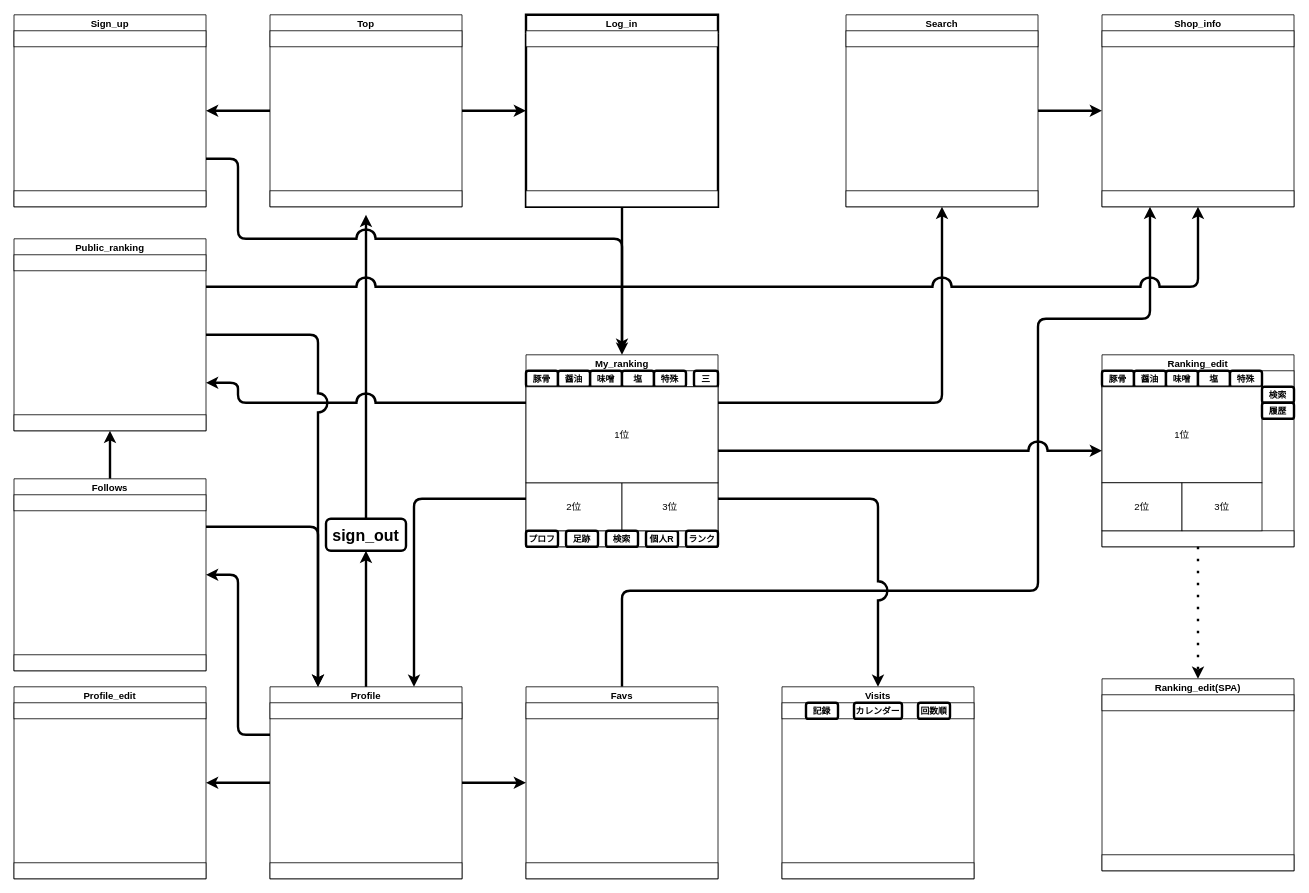
Earlier version of the draw.io diagram docs/画面遷移図.drawio (peco-tanaka/MyFavRamen). Source tidied: cells renumbered, new cells numbered last; positions are measured from the earlier drawing's top-left corner, leaving out a move shared by most shapes. Both pictures are drawn from the tidied source at 80%, with x=0, y=0 at pixel (14, 14).
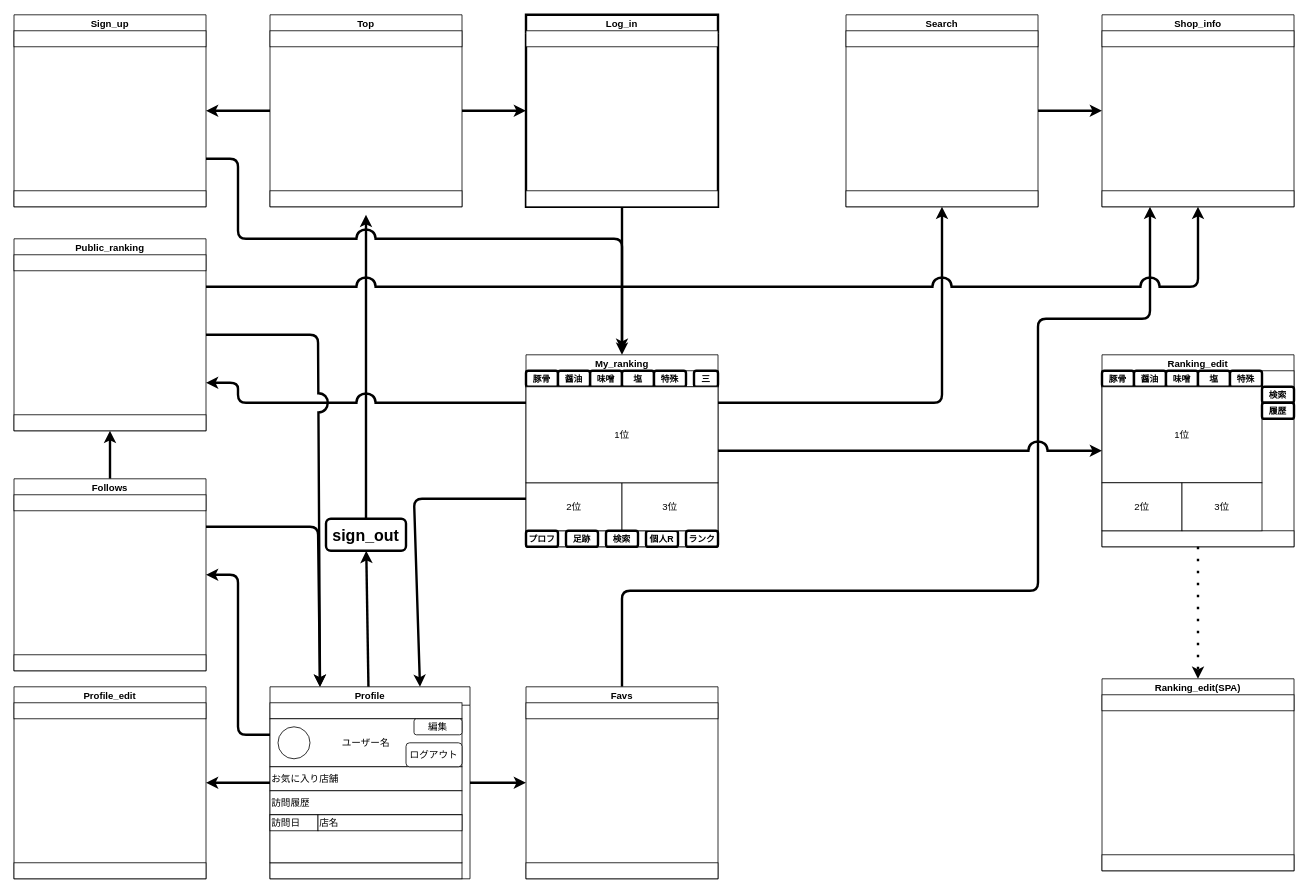
The same diagram, later.

Unchanged cells that the change refers to:
```xml
<mxCell id="27" value="My_ranking" style="swimlane;whiteSpace=wrap;html=1;" parent="1" vertex="1">
  <mxGeometry x="640" y="425" width="240" height="240" as="geometry" />
</mxCell>
```

Diff of the diagram source:
```diff
@@
     <mxCell id="6" value="Profile" style="swimlane;whiteSpace=wrap;html=1;startSize=23;" parent="1" vertex="1">
-      <mxGeometry x="320" y="840" width="240" height="240" as="geometry" />
+      <mxGeometry x="320" y="840" width="250" height="240" as="geometry" />
     </mxCell>
@@
+    <mxCell id="93" value="ユーザー名" style="rounded=0;whiteSpace=wrap;html=1;" parent="6" vertex="1">
+      <mxGeometry y="40" width="240" height="60" as="geometry" />
+    </mxCell>
+    <mxCell id="94" value="お気に入り店舗" style="rounded=0;whiteSpace=wrap;html=1;align=left;" parent="6" vertex="1">
+      <mxGeometry y="100" width="240" height="30" as="geometry" />
+    </mxCell>
+    <mxCell id="95" value="訪問履歴" style="rounded=0;whiteSpace=wrap;html=1;align=left;" parent="6" vertex="1">
+      <mxGeometry y="130" width="240" height="30" as="geometry" />
+    </mxCell>
+    <mxCell id="96" style="rounded=0;whiteSpace=wrap;html=1;" parent="6" vertex="1">
+      <mxGeometry y="160" width="240" height="60" as="geometry" />
+    </mxCell>
+    <mxCell id="97" value="訪問日" style="rounded=0;whiteSpace=wrap;html=1;align=left;" parent="6" vertex="1">
+      <mxGeometry y="160" width="60" height="20" as="geometry" />
+    </mxCell>
+    <mxCell id="98" value="店名" style="rounded=0;whiteSpace=wrap;html=1;align=left;" parent="6" vertex="1">
+      <mxGeometry x="60" y="160" width="180" height="20" as="geometry" />
+    </mxCell>
+    <mxCell id="99" style="ellipse;whiteSpace=wrap;html=1;" parent="6" vertex="1">
+      <mxGeometry x="10" y="50" width="40" height="40" as="geometry" />
+    </mxCell>
+    <mxCell id="100" value="編集" style="rounded=1;whiteSpace=wrap;html=1;" parent="6" vertex="1">
+      <mxGeometry x="180" y="40" width="60" height="20" as="geometry" />
+    </mxCell>
+    <mxCell id="101" value="ログアウト" style="rounded=1;whiteSpace=wrap;html=1;" parent="6" vertex="1">
+      <mxGeometry x="170" y="70" width="70" height="30" as="geometry" />
+    </mxCell>
@@
-    <mxCell id="24" style="edgeStyle=none;shape=connector;rounded=1;html=1;exitX=1;exitY=0.75;exitDx=0;exitDy=0;entryX=0.5;entryY=0;entryDx=0;entryDy=0;strokeColor=default;strokeWidth=3;align=center;verticalAlign=middle;fontFamily=Helvetica;fontSize=11;fontColor=default;labelBackgroundColor=default;endArrow=classic;jumpStyle=arc;jumpSize=20;" parent="1" edge="1" source="27" target="79">
-      <mxGeometry relative="1" as="geometry">
-        <Array as="points">
-          <mxPoint x="1080" y="605" />
-        </Array>
-      </mxGeometry>
-    </mxCell>
@@
-    <mxCell id="79" value="Visits" style="swimlane;whiteSpace=wrap;html=1;" parent="1" vertex="1">
-      <mxGeometry x="960" y="840" width="240" height="240" as="geometry" />
-    </mxCell>
-    <mxCell id="80" style="rounded=0;whiteSpace=wrap;html=1;" parent="79" vertex="1">
-      <mxGeometry y="20" width="240" height="20" as="geometry" />
-    </mxCell>
-    <mxCell id="81" style="rounded=0;whiteSpace=wrap;html=1;" parent="79" vertex="1">
-      <mxGeometry y="220" width="240" height="20" as="geometry" />
-    </mxCell>
-    <mxCell id="82" value="記録" style="rounded=1;whiteSpace=wrap;html=1;strokeColor=default;strokeWidth=3;align=center;verticalAlign=middle;fontFamily=Helvetica;fontSize=11;fontColor=default;fontStyle=1;labelBackgroundColor=default;fillColor=default;" parent="79" vertex="1">
-      <mxGeometry x="30" y="20" width="40" height="20" as="geometry" />
-    </mxCell>
-    <mxCell id="83" value="カレンダー" style="rounded=1;whiteSpace=wrap;html=1;strokeColor=default;strokeWidth=3;align=center;verticalAlign=middle;fontFamily=Helvetica;fontSize=11;fontColor=default;fontStyle=1;labelBackgroundColor=default;fillColor=default;" parent="79" vertex="1">
-      <mxGeometry x="90" y="20" width="60" height="20" as="geometry" />
-    </mxCell>
-    <mxCell id="84" value="回数順" style="rounded=1;whiteSpace=wrap;html=1;strokeColor=default;strokeWidth=3;align=center;verticalAlign=middle;fontFamily=Helvetica;fontSize=11;fontColor=default;fontStyle=1;labelBackgroundColor=default;fillColor=default;" parent="79" vertex="1">
-      <mxGeometry x="170" y="20" width="40" height="20" as="geometry" />
-    </mxCell>
```
